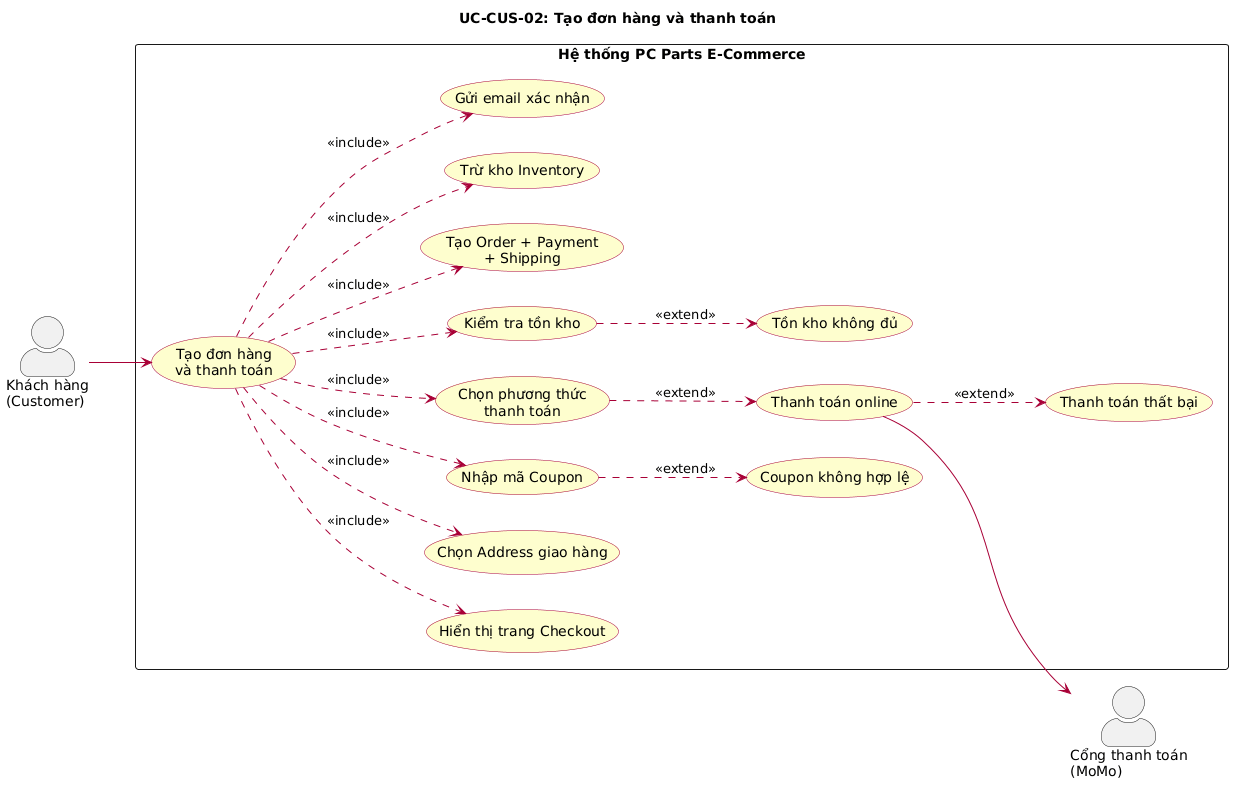
Earlier version of the PlantUML export docs/diagrams/images/uc_CUS02_tao_don_hang.png (huuhieu56/PC-Parts-ECommerce).
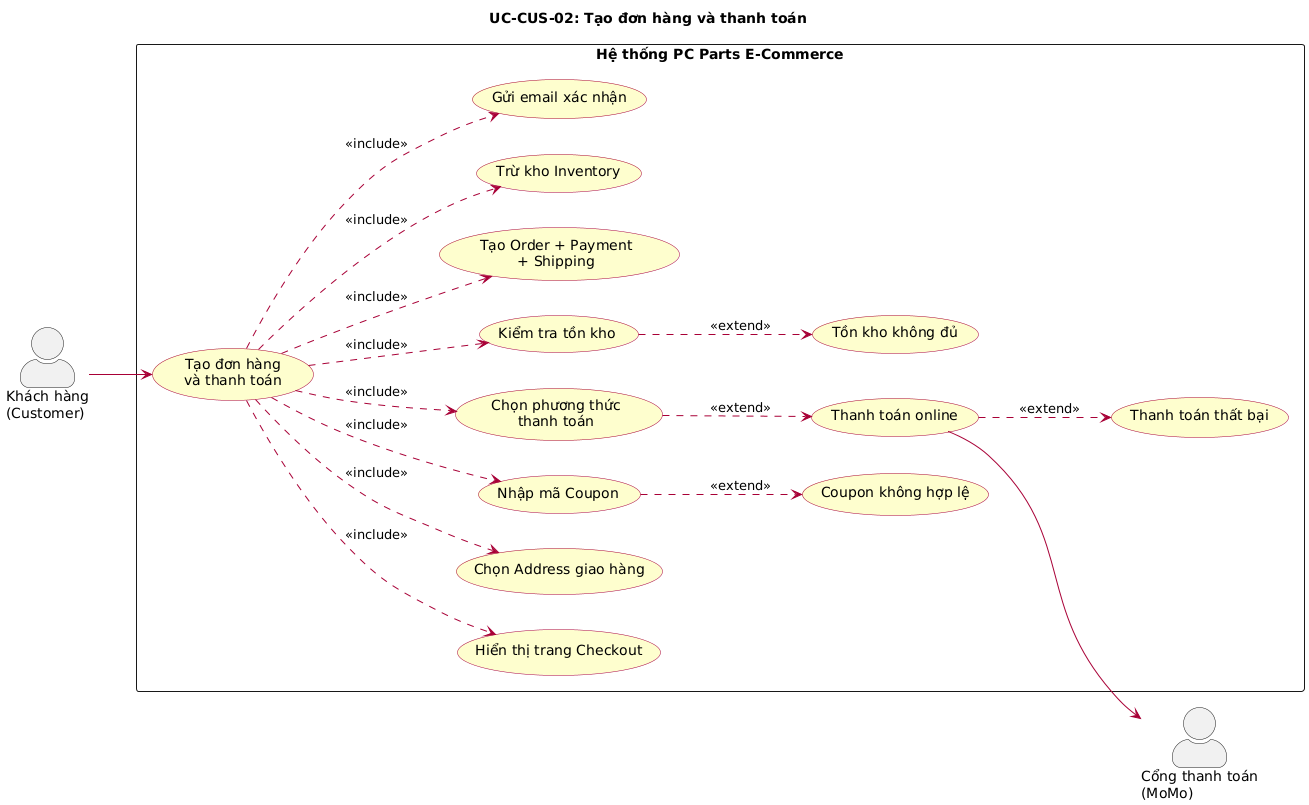
The same diagram one commit later.

What changed in the source:
```diff
@@ -1,4 +1,4 @@
-@startuml
+@startuml uc_CUS02_tao_don_hang
 left to right direction
 skinparam actorStyle awesome
 skinparam packageStyle rectangle
@@ -44,4 +44,5 @@
 UC_COUPON ..> UC_ERR_C : <<extend>>
 UC_STOCK ..> UC_ERR_S : <<extend>>
 UC_ONLINE ..> UC_ERR_P : <<extend>>
+
 @enduml
```
